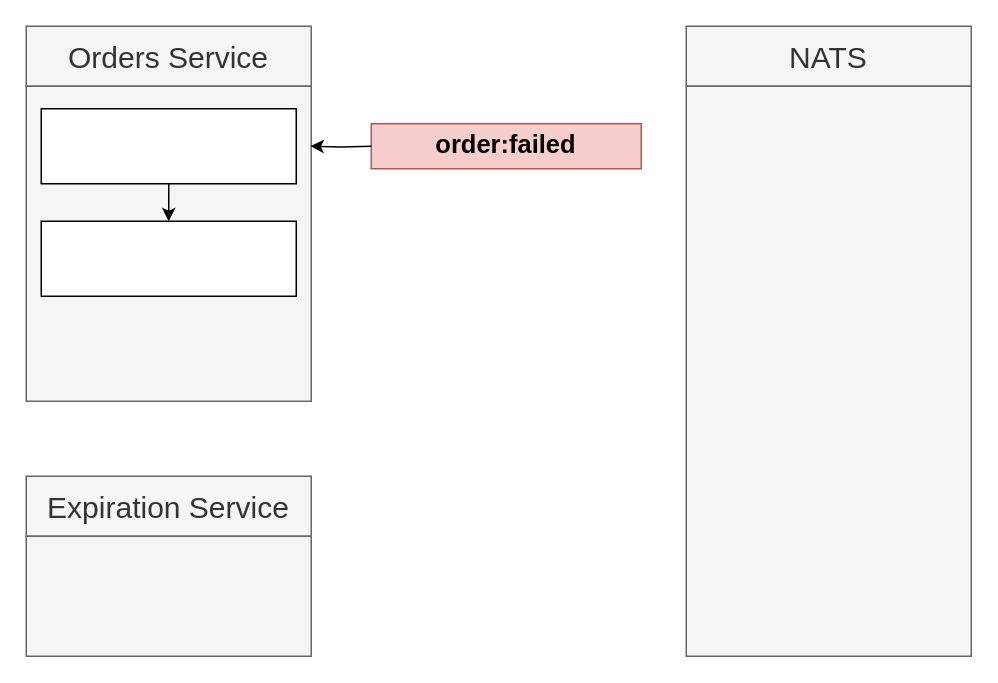
HappySuzuki/microservices-cast keeps this draw.io diagram as page "13 - status" (13 of 15) of diagrams/06/01.drawio. Above is the earlier version. Source tidied: cells renumbered, new cells numbered last; positions are measured from the earlier drawing's top-left corner, leaving out a move shared by most shapes. Both pictures are drawn from the tidied source at 150%, with x=0, y=0 at pixel (26, 26).
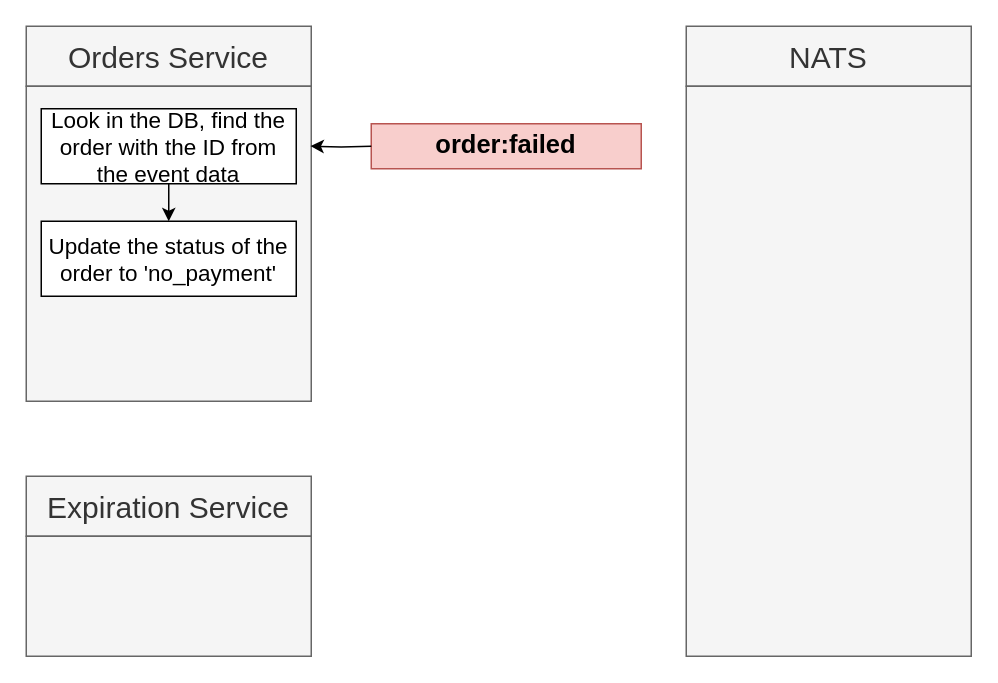
The same diagram, later.

Diff of the diagram source:
```diff
@@
 <mxGraphModel>
   <root>
     <mxCell id="0" />
     <mxCell id="1" parent="0" />
     <mxCell id="2" value="Orders Service" style="rounded=0;whiteSpace=wrap;html=1;fillColor=#f5f5f5;strokeColor=#666666;fontColor=#333333;fontSize=20;" parent="1" vertex="1">
       <mxGeometry width="190" height="40" as="geometry" />
     </mxCell>
     <mxCell id="3" style="rounded=0;whiteSpace=wrap;html=1;fillColor=#f5f5f5;strokeColor=#666666;fontColor=#333333;fontSize=20;" parent="1" vertex="1">
       <mxGeometry y="40" width="190" height="210" as="geometry" />
     </mxCell>
     <mxCell id="4" value="NATS" style="rounded=0;whiteSpace=wrap;html=1;fillColor=#f5f5f5;strokeColor=#666666;fontColor=#333333;fontSize=20;" parent="1" vertex="1">
       <mxGeometry x="440" width="190" height="40" as="geometry" />
     </mxCell>
     <mxCell id="5" style="rounded=0;whiteSpace=wrap;html=1;fillColor=#f5f5f5;strokeColor=#666666;fontColor=#333333;fontSize=20;" parent="1" vertex="1">
       <mxGeometry x="440" y="40" width="190" height="380" as="geometry" />
     </mxCell>
     <mxCell id="6" value="Expiration Service" style="rounded=0;whiteSpace=wrap;html=1;fillColor=#f5f5f5;strokeColor=#666666;fontColor=#333333;fontSize=20;" parent="1" vertex="1">
       <mxGeometry y="300" width="190" height="40" as="geometry" />
     </mxCell>
     <mxCell id="7" style="rounded=0;whiteSpace=wrap;html=1;fillColor=#f5f5f5;strokeColor=#666666;fontColor=#333333;fontSize=20;" parent="1" vertex="1">
       <mxGeometry y="340" width="190" height="80" as="geometry" />
     </mxCell>
     <mxCell id="8" value="order:failed" style="rounded=0;whiteSpace=wrap;html=1;fontSize=17;fillColor=#f8cecc;strokeColor=#b85450;fontStyle=1;" parent="1" vertex="1">
       <mxGeometry x="230" y="65" width="180" height="30" as="geometry" />
     </mxCell>
     <mxCell id="9" style="edgeStyle=orthogonalEdgeStyle;rounded=0;jettySize=auto;html=1;exitX=0;exitY=0.5;exitDx=0;exitDy=0;entryX=0.997;entryY=0.19;entryDx=0;entryDy=0;entryPerimeter=0;fontSize=17;" parent="1" edge="1" target="3">
       <mxGeometry relative="1" as="geometry">
         <mxPoint x="230" y="80" as="sourcePoint" />
       </mxGeometry>
     </mxCell>
     <mxCell id="10" style="edgeStyle=orthogonalEdgeStyle;rounded=0;jettySize=auto;html=1;exitX=0.5;exitY=1;exitDx=0;exitDy=0;fontSize=15;" parent="1" edge="1" source="11" target="12">
       <mxGeometry relative="1" as="geometry" />
     </mxCell>
-    <mxCell id="11" style="rounded=0;whiteSpace=wrap;html=1;fontSize=15;" parent="1" vertex="1">
+    <mxCell id="11" value="Look in the DB, find the order with the ID from the event data" style="rounded=0;whiteSpace=wrap;html=1;fontSize=15;" parent="1" vertex="1">
       <mxGeometry x="10" y="55" width="170" height="50" as="geometry" />
     </mxCell>
-    <mxCell id="12" style="rounded=0;whiteSpace=wrap;html=1;fontSize=15;" parent="1" vertex="1">
+    <mxCell id="12" value="Update the status of the order to 'no_payment'" style="rounded=0;whiteSpace=wrap;html=1;fontSize=15;" parent="1" vertex="1">
       <mxGeometry x="10" y="130" width="170" height="50" as="geometry" />
     </mxCell>
   </root>
 </mxGraphModel>
```
